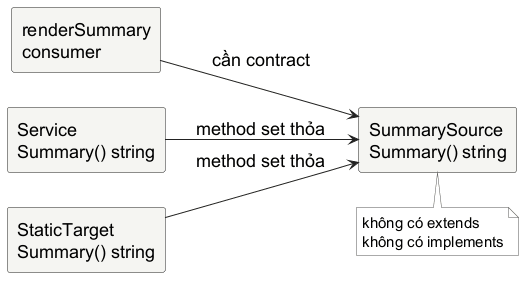
Earlier version of the PlantUML export assets/diagrams/interface-contract.png (Minhlike/Golang). Source of this version:
```plantuml
@startuml
skinparam backgroundColor white
skinparam shadowing false
skinparam defaultFontName "Source Sans 3"
skinparam defaultFontSize 18
skinparam defaultFontColor #000000
skinparam rectangle {
  BackgroundColor #F5F5F2
  BorderColor #222222
  FontColor #000000
  RoundCorner 5
}
skinparam arrowColor #222222
skinparam note {
  BackgroundColor #FFFFFF
  BorderColor #555555
  FontColor #000000
  FontName "Source Sans 3"
  FontSize 15
}
left to right direction
rectangle "renderSummary\nconsumer" as consumer
rectangle "SummarySource\nSummary() string" as contract
rectangle "Service\nSummary() string" as service
rectangle "StaticTarget\nSummary() string" as static
consumer --> contract : cần contract
service --> contract : method set thỏa
static --> contract : method set thỏa
note bottom of contract : không có extends\nkhông có implements
@enduml
```
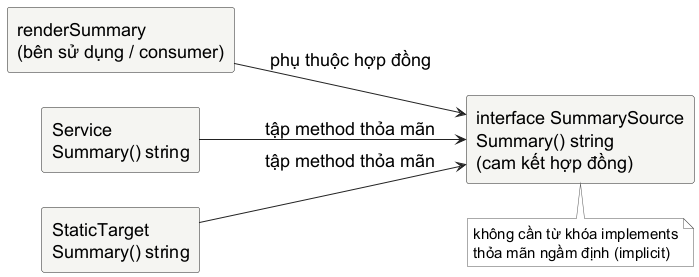
The same file after the commit.

What changed in the source:
```diff
@@ -19,12 +19,12 @@
   FontSize 15
 }
 left to right direction
-rectangle "renderSummary\nconsumer" as consumer
-rectangle "SummarySource\nSummary() string" as contract
+rectangle "renderSummary\n(bên sử dụng / consumer)" as consumer
+rectangle "interface SummarySource\nSummary() string\n(cam kết hợp đồng)" as contract
 rectangle "Service\nSummary() string" as service
 rectangle "StaticTarget\nSummary() string" as static
-consumer --> contract : cần contract
-service --> contract : method set thỏa
-static --> contract : method set thỏa
-note bottom of contract : không có extends\nkhông có implements
+consumer --> contract : phụ thuộc hợp đồng
+service --> contract : tập method thỏa mãn
+static --> contract : tập method thỏa mãn
+note bottom of contract : không cần từ khóa implements\nthỏa mãn ngầm định (implicit)
 @enduml
```
